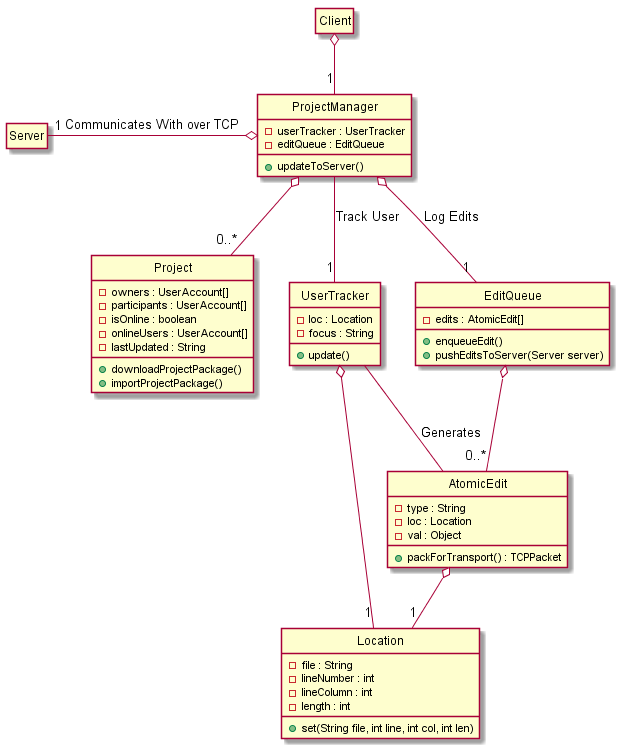
voxelv/sQuire_kw keeps this PlantUML diagram as hw3/Client/client_project.png. Above is the earlier version.
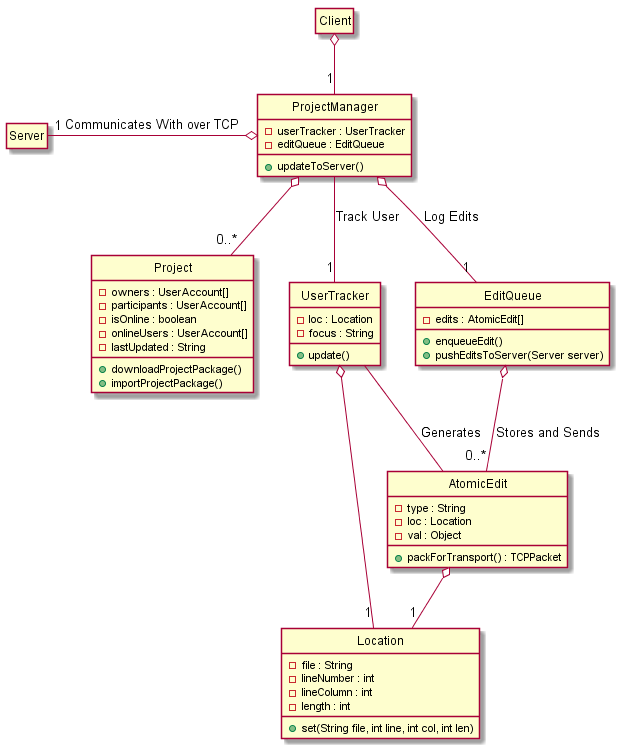
Later version of the same file.

Commit message:
association labels

Change to the diagram source:
```diff
@@ -57,7 +57,7 @@
 sq_projmgr o-- "1" projmgr_editq : Log Edits
 sq_projmgr o-- "0..*" proj
 
-projmgr_editq o-- "0..*" editq_atomedit
+projmgr_editq o-- "0..*" editq_atomedit : Stores and Sends
 
 projmgr_utrack o-- "1" loc
 projmgr_utrack -- editq_atomedit : Generates
```
